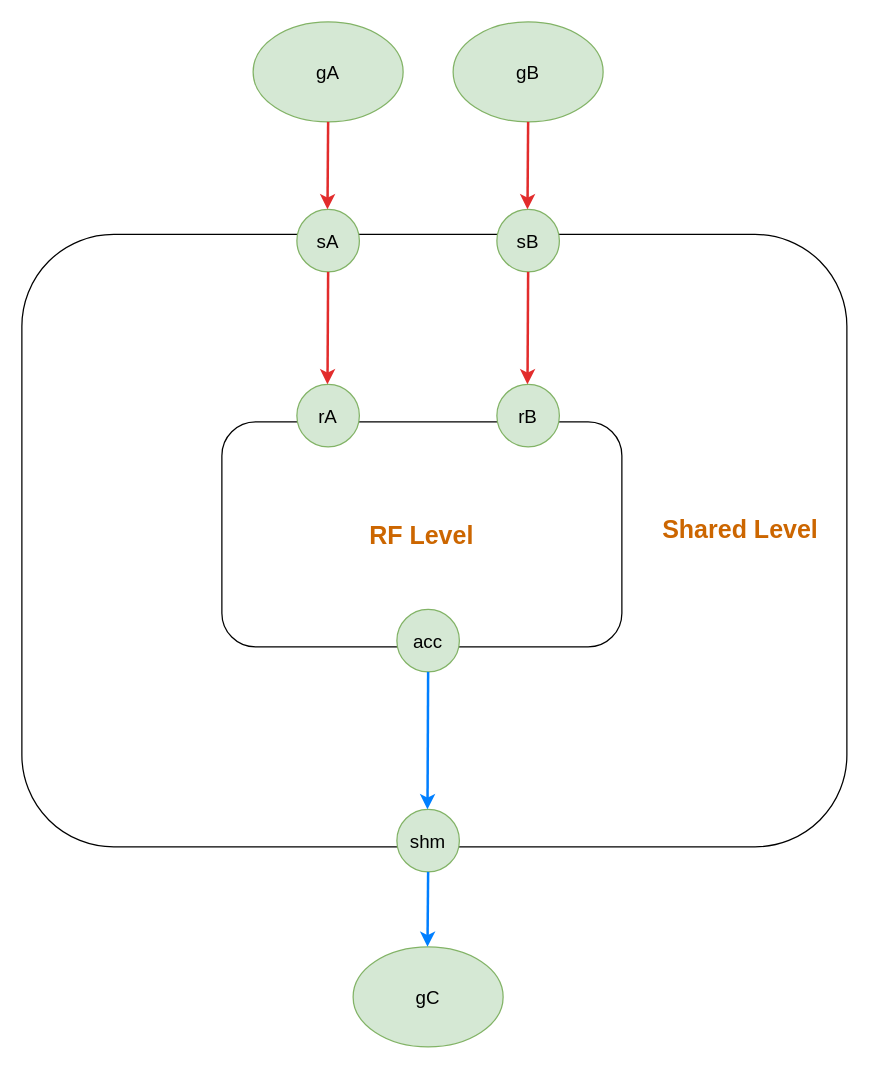
TiledTensor/TiledKernel keeps this draw.io diagram as docs/figures/Shared_GEMM_Graph.drawio. Above is the earlier version. Source tidied: cells renumbered, new cells numbered last; positions are measured from the earlier drawing's top-left corner, leaving out a move shared by most shapes. Both pictures are drawn from the tidied source at 125%, with x=0, y=0 at pixel (21, 21).
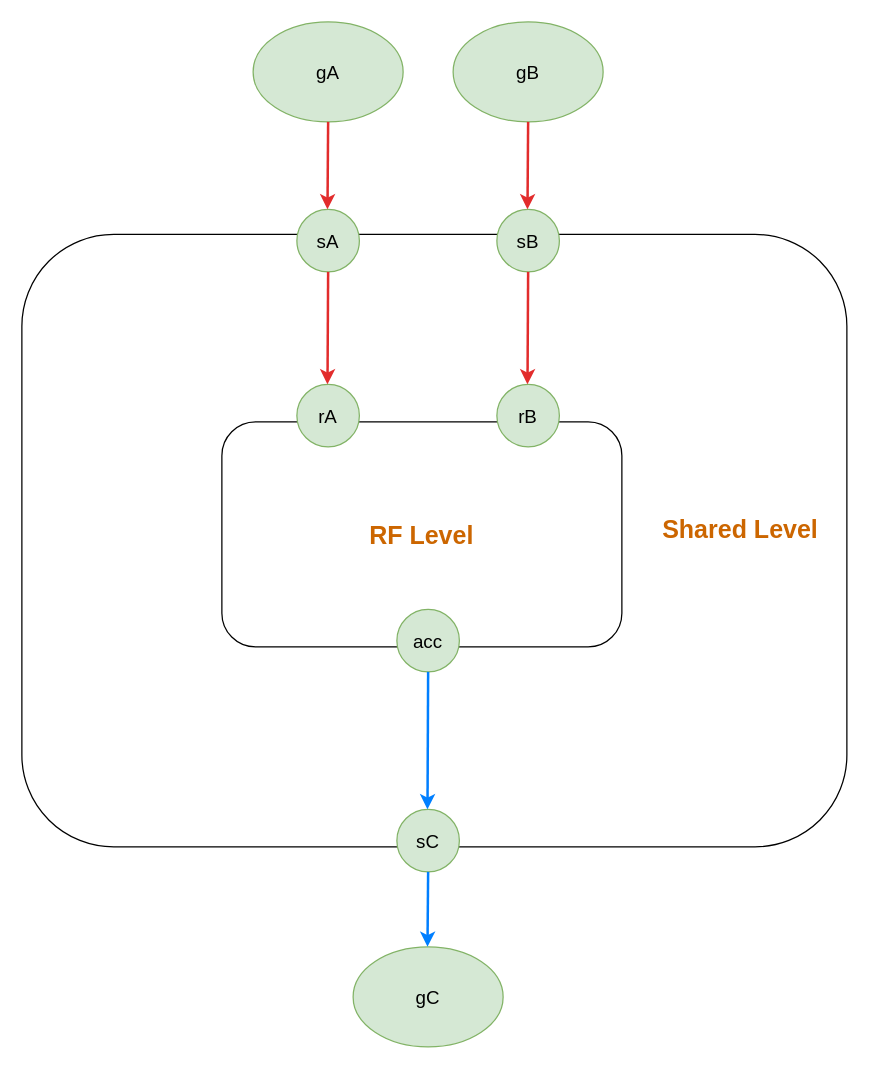
The same page after the edit.

Diff of the diagram source:
```diff
@@
-    <mxCell id="9" value="&lt;font style=&quot;font-size: 15px;&quot;&gt;shm&lt;/font&gt;" style="shape=ellipse;html=1;dashed=0;whiteSpace=wrap;perimeter=ellipsePerimeter;fillColor=#d5e8d4;strokeColor=#82b366;" parent="1" vertex="1">
+    <mxCell id="9" value="&lt;span style=&quot;font-size: 15px;&quot;&gt;sC&lt;/span&gt;" style="shape=ellipse;html=1;dashed=0;whiteSpace=wrap;perimeter=ellipsePerimeter;fillColor=#d5e8d4;strokeColor=#82b366;" parent="1" vertex="1">
       <mxGeometry x="300" y="630" width="50" height="50" as="geometry" />
     </mxCell>
```
